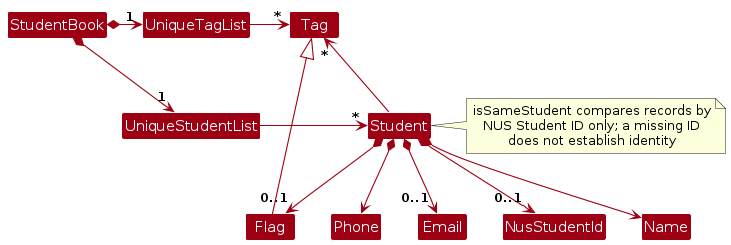
AY2627S1-CS2103T-T16-1/tp keeps this PlantUML diagram as diagrams/BetterModelClassDiagram.png. Above is the earlier version. Its source is kept beside it as diagrams/BetterModelClassDiagram.puml.
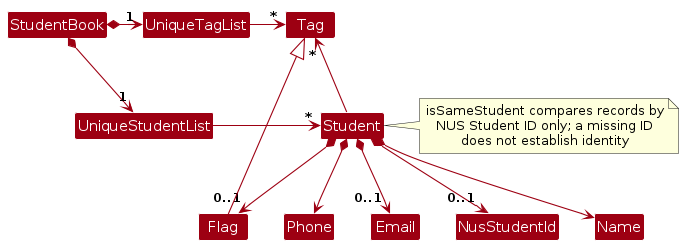
The same file after the commit.

Diff of the diagram source:
```diff
@@ -6,7 +6,6 @@
 
 StudentBook *-right-> "1" UniqueStudentList
 StudentBook *-right-> "1" UniqueTagList
-UniqueTagList -[hidden]down- UniqueStudentList
 UniqueTagList -[hidden]down- UniqueStudentList
 
 UniqueTagList -right-> "*" Tag
```
